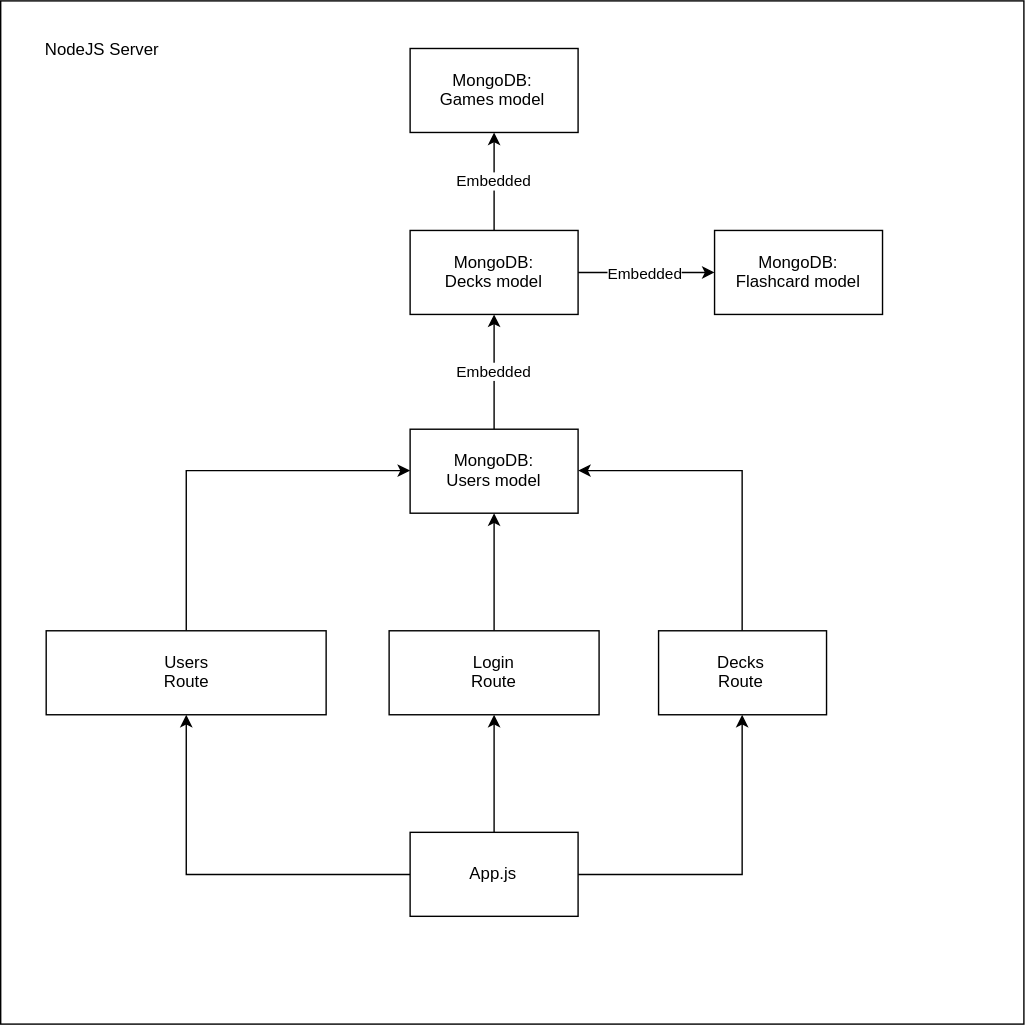
This is Documentatie/NodeJS-server.svg from JorisNijkamp1/Apprend, a draw.io export, as it was before one commit. Source tidied: cells renumbered, new cells last; positions are measured from the earlier drawing's top-left corner, leaving out a move shared by most shapes.
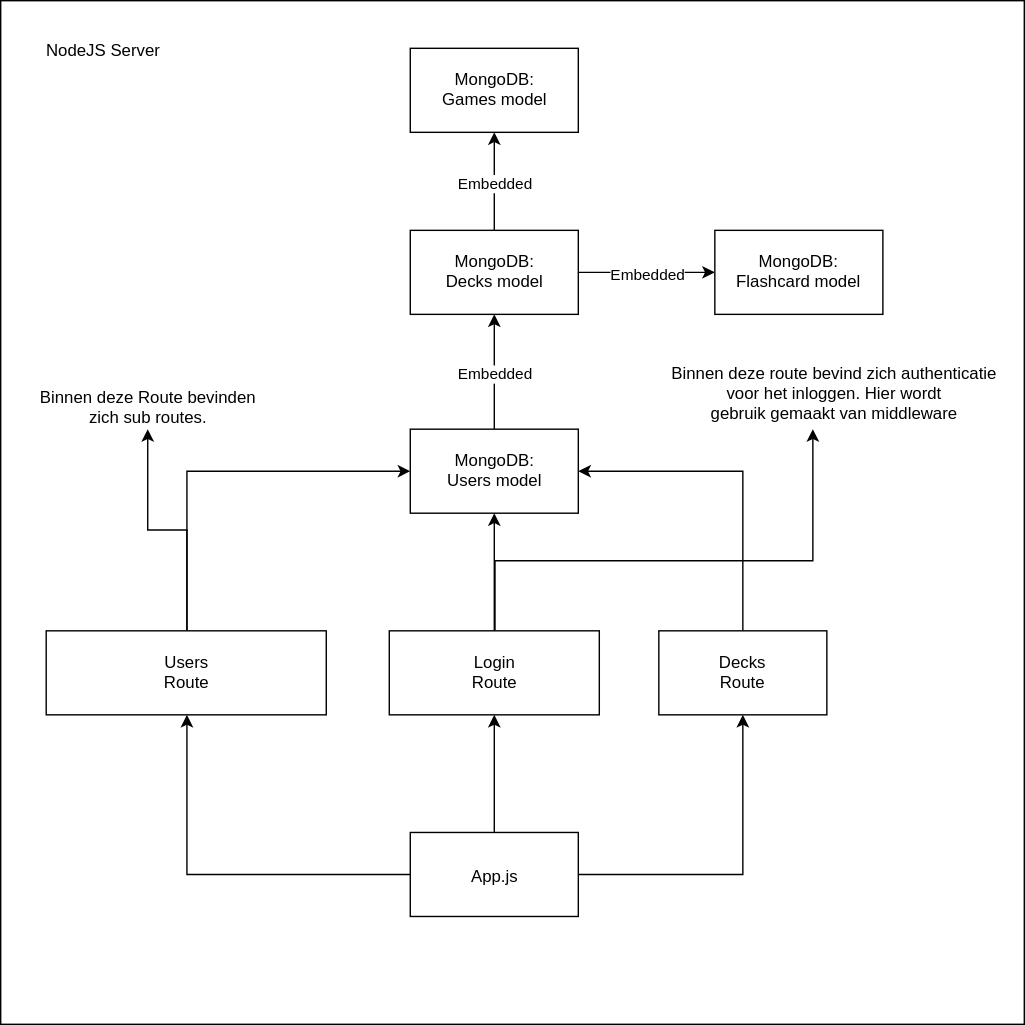
Above is the later version.

Diff of the diagram source:
```diff
@@ -2,9 +2,9 @@
   <root>
     <mxCell id="0" />
     <mxCell id="1" parent="0" />
-    <mxCell id="2" style="whiteSpace=wrap;html=1;" parent="1" vertex="1">
-      <mxGeometry width="731" height="731" as="geometry" />
-    </mxCell>
+    <mxCell id="21" style="whiteSpace=wrap;html=1;" parent="1" vertex="1">
+      <mxGeometry width="731" height="731" as="geometry" />
+    </mxCell>
     <mxCell id="3" style="edgeStyle=orthogonalEdgeStyle;rounded=0;jettySize=auto;html=1;" parent="1" edge="1" source="6" target="8">
       <mxGeometry relative="1" as="geometry" />
     </mxCell>
@@ -28,6 +28,9 @@
         </Array>
       </mxGeometry>
     </mxCell>
+    <mxCell id="22" style="edgeStyle=orthogonalEdgeStyle;rounded=0;jettySize=auto;html=1;" parent="1" edge="1" source="8" target="24">
+      <mxGeometry relative="1" as="geometry" />
+    </mxCell>
     <mxCell id="8" value="Users&lt;br&gt;Route" style="rounded=0;whiteSpace=wrap;html=1;" parent="1" vertex="1">
       <mxGeometry x="32.5" y="450" width="200" height="60" as="geometry" />
     </mxCell>
@@ -55,6 +58,14 @@
     <mxCell id="16" style="edgeStyle=orthogonalEdgeStyle;rounded=0;jettySize=auto;html=1;" parent="1" edge="1" source="17" target="10">
       <mxGeometry relative="1" as="geometry" />
     </mxCell>
+    <mxCell id="23" style="edgeStyle=orthogonalEdgeStyle;rounded=0;jettySize=auto;html=1;" parent="1" edge="1" source="17" target="25">
+      <mxGeometry relative="1" as="geometry">
+        <Array as="points">
+          <mxPoint x="353" y="400" />
+          <mxPoint x="580" y="400" />
+        </Array>
+      </mxGeometry>
+    </mxCell>
     <mxCell id="17" value="Login&lt;br&gt;Route" style="rounded=0;whiteSpace=wrap;html=1;" parent="1" vertex="1">
       <mxGeometry x="277.5" y="450" width="150" height="60" as="geometry" />
     </mxCell>
@@ -71,5 +82,11 @@
     <mxCell id="20" value="NodeJS Server" style="text;html=1;align=center;verticalAlign=middle;" parent="1" vertex="1">
       <mxGeometry x="22.5" y="24" width="100" height="20" as="geometry" />
     </mxCell>
+    <mxCell id="24" value="Binnen deze Route bevinden&lt;br&gt;&amp;nbsp;zich sub routes.&amp;nbsp;" style="text;html=1;align=center;verticalAlign=middle;points=[];" parent="1" vertex="1">
+      <mxGeometry x="20" y="276" width="170" height="30" as="geometry" />
+    </mxCell>
+    <mxCell id="25" value="Binnen deze route bevind zich authenticatie &lt;br&gt;voor het inloggen. Hier wordt &lt;br&gt;gebruik gemaakt van middleware" style="text;html=1;align=center;verticalAlign=middle;points=[];" parent="1" vertex="1">
+      <mxGeometry x="470" y="256" width="250" height="50" as="geometry" />
+    </mxCell>
   </root>
 </mxGraphModel>
```
